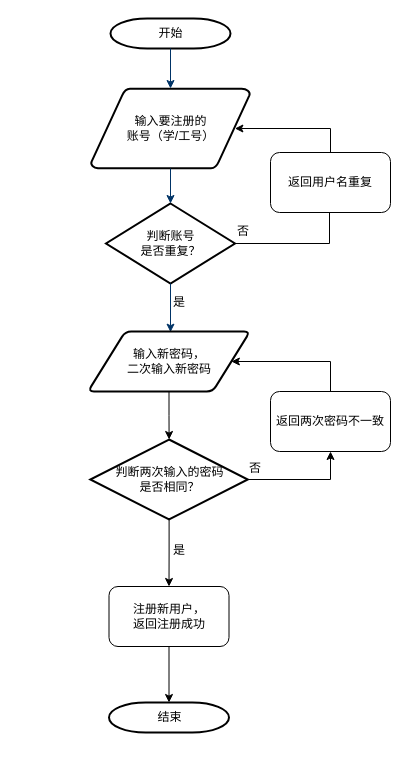
The draw.io diagram page "注册" (2 of 16) of 流程图.drawio in Gonod20s/Voice-Controlled-Robot, before the edit. Source tidied: cells renumbered, new cells numbered last; positions are measured from the earlier drawing's top-left corner, leaving out a move shared by most shapes. Both pictures are drawn from the tidied source at 100%, with x=0, y=0 at pixel (88, 18).
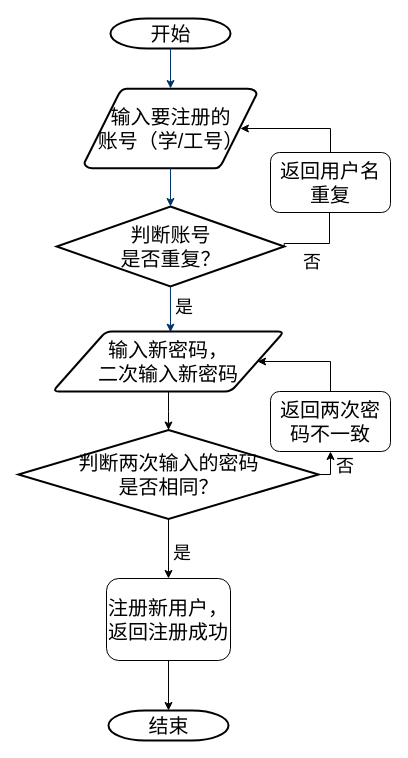
The same page after the edit.

The edit, as a diff of the source:
```diff
@@
-    <mxCell id="2" value="开始" style="shape=mxgraph.flowchart.terminator;strokeWidth=2;gradientColor=none;gradientDirection=north;fontStyle=0;html=1;" parent="1" vertex="1">
+    <mxCell id="2" value="&lt;font style=&quot;font-size: 20px;&quot;&gt;开始&lt;/font&gt;" style="shape=mxgraph.flowchart.terminator;strokeWidth=2;gradientColor=none;gradientDirection=north;fontStyle=0;html=1;" parent="1" vertex="1">
       <mxGeometry x="22" width="120" height="30" as="geometry" />
     </mxCell>
-    <mxCell id="3" value="输入要注册的&lt;div&gt;账号（学/工号）&lt;/div&gt;" style="shape=mxgraph.flowchart.data;strokeWidth=2;gradientColor=none;gradientDirection=north;fontStyle=0;html=1;" parent="1" vertex="1">
-      <mxGeometry x="2.5" y="70" width="159" height="80" as="geometry" />
+    <mxCell id="3" value="&lt;font style=&quot;font-size: 20px;&quot;&gt;输入要注册的&lt;/font&gt;&lt;div&gt;&lt;font style=&quot;font-size: 20px;&quot;&gt;账号（学/工号）&lt;/font&gt;&lt;/div&gt;" style="shape=mxgraph.flowchart.data;strokeWidth=2;gradientColor=none;gradientDirection=north;fontStyle=0;html=1;" parent="1" vertex="1">
+      <mxGeometry x="-4.2" y="70" width="172.5" height="80" as="geometry" />
     </mxCell>
-    <mxCell id="4" value="判断账号&lt;div&gt;是否重复？&lt;/div&gt;" style="shape=mxgraph.flowchart.decision;strokeWidth=2;gradientColor=none;gradientDirection=north;fontStyle=0;html=1;" parent="1" vertex="1">
-      <mxGeometry x="17.5" y="185" width="129" height="80" as="geometry" />
+    <mxCell id="4" value="&lt;font style=&quot;font-size: 20px;&quot;&gt;判断账号&lt;/font&gt;&lt;div&gt;&lt;font style=&quot;font-size: 20px;&quot;&gt;是否重复？&lt;/font&gt;&lt;/div&gt;" style="shape=mxgraph.flowchart.decision;strokeWidth=2;gradientColor=none;gradientDirection=north;fontStyle=0;html=1;" parent="1" vertex="1">
+      <mxGeometry x="-31.8" y="188" width="227.5" height="80" as="geometry" />
     </mxCell>
@@
-    <mxCell id="7" value="是" style="text;fontStyle=0;html=1;strokeColor=none;gradientColor=none;fillColor=none;strokeWidth=2;" parent="1" vertex="1">
-      <mxGeometry x="83" y="270" width="40" height="26" as="geometry" />
+    <mxCell id="7" value="&lt;font style=&quot;font-size: 18px;&quot;&gt;是&lt;/font&gt;" style="text;fontStyle=0;html=1;strokeColor=none;gradientColor=none;fillColor=none;strokeWidth=2;" parent="1" vertex="1">
+      <mxGeometry x="85" y="272" width="40" height="26" as="geometry" />
     </mxCell>
@@
-    <mxCell id="12" value="判断两次输入的密码&lt;div&gt;是否相同？&lt;/div&gt;" style="shape=mxgraph.flowchart.decision;strokeWidth=2;gradientColor=none;gradientDirection=north;fontStyle=0;html=1;" parent="1" vertex="1">
-      <mxGeometry x="1.8" y="421" width="157.5" height="80" as="geometry" />
+    <mxCell id="12" value="&lt;font style=&quot;font-size: 20px;&quot;&gt;判断两次输入的密码&lt;/font&gt;&lt;div&gt;&lt;font style=&quot;font-size: 20px;&quot;&gt;是否相同？&lt;/font&gt;&lt;/div&gt;" style="shape=mxgraph.flowchart.decision;strokeWidth=2;gradientColor=none;gradientDirection=north;fontStyle=0;html=1;" parent="1" vertex="1">
+      <mxGeometry x="-70.1" y="411.5" width="300.2" height="89" as="geometry" />
     </mxCell>
@@
-    <mxCell id="14" value="注册新用户，&lt;div&gt;返回注册成功&lt;/div&gt;" style="rounded=1;whiteSpace=wrap;html=1;" parent="1" vertex="1">
-      <mxGeometry x="20.5" y="568" width="120" height="60" as="geometry" />
+    <mxCell id="14" value="&lt;font style=&quot;font-size: 20px;&quot;&gt;注册新用户，&lt;/font&gt;&lt;div&gt;&lt;font style=&quot;font-size: 20px;&quot;&gt;返回注册成功&lt;/font&gt;&lt;/div&gt;" style="rounded=1;whiteSpace=wrap;html=1;" parent="1" vertex="1">
+      <mxGeometry x="18" y="560" width="124" height="82" as="geometry" />
     </mxCell>
-    <mxCell id="15" value="是" style="text;fontStyle=0;html=1;strokeColor=none;gradientColor=none;fillColor=none;strokeWidth=2;" parent="1" vertex="1">
+    <mxCell id="15" value="&lt;font style=&quot;font-size: 18px;&quot;&gt;是&lt;/font&gt;" style="text;fontStyle=0;html=1;strokeColor=none;gradientColor=none;fillColor=none;strokeWidth=2;" parent="1" vertex="1">
       <mxGeometry x="83" y="518" width="40" height="26" as="geometry" />
     </mxCell>
@@
-    <mxCell id="17" value="否" style="text;fontStyle=0;html=1;strokeColor=none;gradientColor=none;fillColor=none;strokeWidth=2;" parent="1" vertex="1">
-      <mxGeometry x="146.5" y="199" width="40" height="26" as="geometry" />
+    <mxCell id="17" value="&lt;font style=&quot;font-size: 18px;&quot;&gt;否&lt;/font&gt;" style="text;fontStyle=0;html=1;strokeColor=none;gradientColor=none;fillColor=none;strokeWidth=2;" parent="1" vertex="1">
+      <mxGeometry x="213" y="227" width="40" height="26" as="geometry" />
     </mxCell>
@@
-    <mxCell id="19" value="返回用户名重复" style="rounded=1;whiteSpace=wrap;html=1;" parent="1" vertex="1">
+    <mxCell id="19" value="&lt;font style=&quot;font-size: 20px;&quot;&gt;返回用户名重复&lt;/font&gt;" style="rounded=1;whiteSpace=wrap;html=1;" parent="1" vertex="1">
       <mxGeometry x="182" y="134" width="120" height="60" as="geometry" />
     </mxCell>
-    <mxCell id="20" value="结束" style="shape=mxgraph.flowchart.terminator;strokeWidth=2;gradientColor=none;gradientDirection=north;fontStyle=0;html=1;" parent="1" vertex="1">
-      <mxGeometry x="20.5" y="684" width="120" height="30" as="geometry" />
+    <mxCell id="20" value="&lt;font style=&quot;font-size: 20px;&quot;&gt;结束&lt;/font&gt;" style="shape=mxgraph.flowchart.terminator;strokeWidth=2;gradientColor=none;gradientDirection=north;fontStyle=0;html=1;" parent="1" vertex="1">
+      <mxGeometry x="20" y="692" width="120" height="30" as="geometry" />
     </mxCell>
-    <mxCell id="21" value="输入新密码，&lt;div&gt;二次输入新密码&lt;/div&gt;" style="shape=parallelogram;html=1;strokeWidth=2;perimeter=parallelogramPerimeter;whiteSpace=wrap;rounded=1;arcSize=12;size=0.23;" parent="1" vertex="1">
-      <mxGeometry x="-0.5" y="313" width="162" height="60" as="geometry" />
+    <mxCell id="21" value="&lt;font style=&quot;font-size: 20px;&quot;&gt;输入新密码，&lt;/font&gt;&lt;div&gt;&lt;font style=&quot;font-size: 20px;&quot;&gt;二次输入新密码&lt;/font&gt;&lt;/div&gt;" style="shape=parallelogram;html=1;strokeWidth=2;perimeter=parallelogramPerimeter;whiteSpace=wrap;rounded=1;arcSize=12;size=0.23;" parent="1" vertex="1">
+      <mxGeometry x="-35.8" y="313" width="231.5" height="60" as="geometry" />
     </mxCell>
     <mxCell id="22" style="edgeStyle=orthogonalEdgeStyle;rounded=0;jettySize=auto;html=1;entryX=1;entryY=0.5;entryDx=0;entryDy=0;exitX=0.5;exitY=0;exitDx=0;exitDy=0;" parent="1" edge="1" source="23" target="21">
-      <mxGeometry relative="1" as="geometry" />
+      <mxGeometry relative="1" as="geometry">
+        <Array as="points">
+          <mxPoint x="242" y="343" />
+        </Array>
+      </mxGeometry>
     </mxCell>
-    <mxCell id="23" value="返回两次密码不一致" style="rounded=1;whiteSpace=wrap;html=1;" parent="1" vertex="1">
+    <mxCell id="23" value="&lt;font style=&quot;font-size: 20px;&quot;&gt;返回两次密码不一致&lt;/font&gt;" style="rounded=1;whiteSpace=wrap;html=1;" parent="1" vertex="1">
       <mxGeometry x="182" y="373" width="120" height="60" as="geometry" />
     </mxCell>
-    <mxCell id="24" value="否" style="text;fontStyle=0;html=1;strokeColor=none;gradientColor=none;fillColor=none;strokeWidth=2;" parent="1" vertex="1">
-      <mxGeometry x="159.2" y="436" width="40" height="26" as="geometry" />
+    <mxCell id="24" value="&lt;font style=&quot;font-size: 18px;&quot;&gt;否&lt;/font&gt;" style="text;fontStyle=0;html=1;strokeColor=none;gradientColor=none;fillColor=none;strokeWidth=2;" parent="1" vertex="1">
+      <mxGeometry x="246" y="431" width="40" height="26" as="geometry" />
     </mxCell>
```
